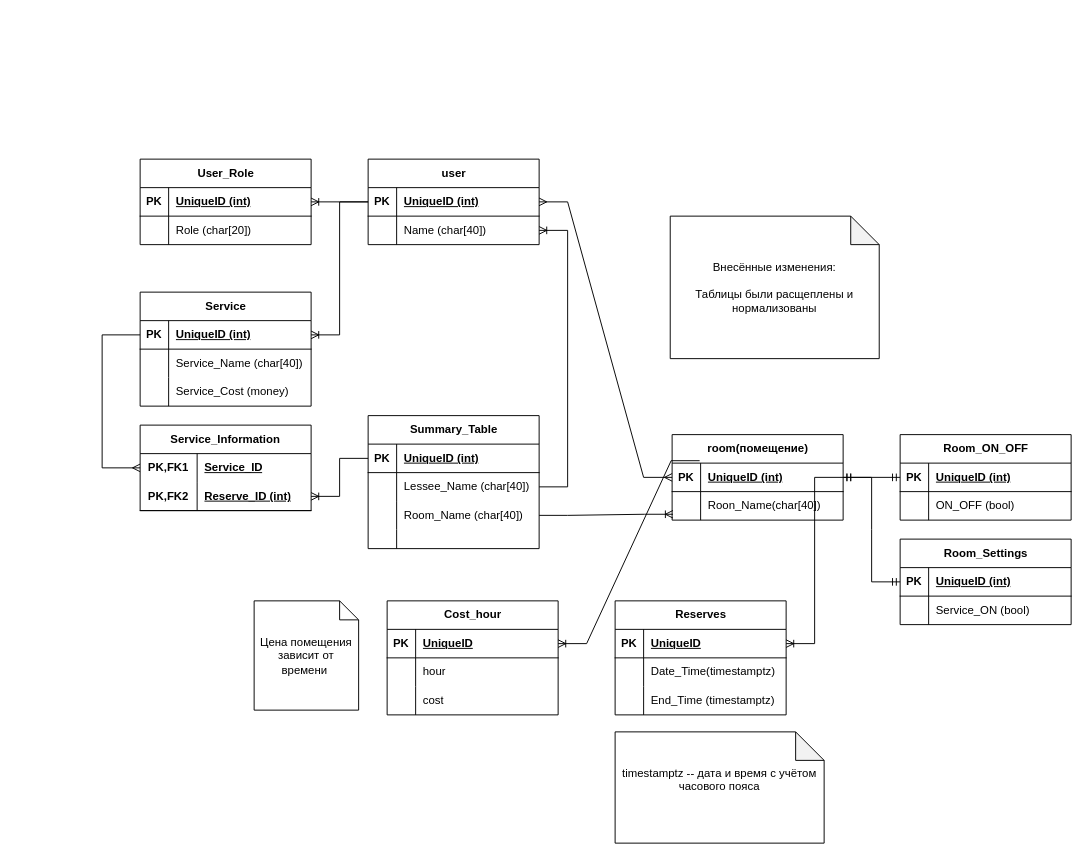
wsur/reserve_io keeps this draw.io diagram as Диаграмма без названия.drawio. Above is the earlier version. Source tidied: cells renumbered, new cells numbered last; positions are measured from the earlier drawing's top-left corner, leaving out a move shared by most shapes. Both pictures are drawn from the tidied source at 95%, with x=0, y=0 at pixel (102, 159).
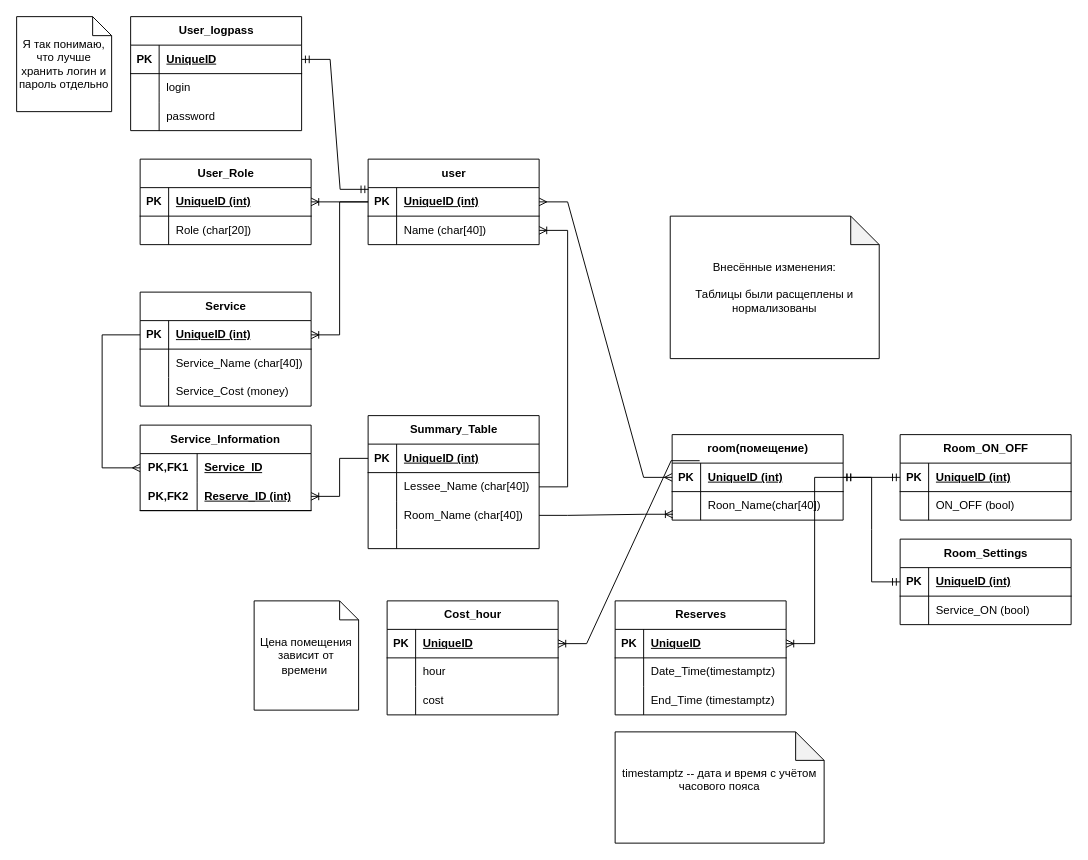
The same diagram, later.

The change refers to these unchanged cells:
```xml
<mxCell id="20" style="shape=tableRow;horizontal=0;startSize=0;swimlaneHead=0;swimlaneBody=0;fillColor=none;points=[[0,0.5],[1,0.5]];portConstraint=eastwest;top=0;left=0;right=0;bottom=1;" parent="19" vertex="1">
  <mxGeometry y="30" width="180" height="30" as="geometry" />
</mxCell>
```

The edit, as a diff of the source:
```diff
@@
+    <mxCell id="115" value="User_logpass" style="shape=table;startSize=30;childLayout=tableLayout;rowLines=0;fontStyle=1;align=center;html=1;" parent="1" vertex="1">
+      <mxGeometry x="30" y="-150" width="180" height="120" as="geometry" />
+    </mxCell>
+    <mxCell id="116" style="shape=tableRow;horizontal=0;startSize=0;swimlaneHead=0;swimlaneBody=0;fillColor=none;points=[[0,0.5],[1,0.5]];portConstraint=eastwest;top=0;left=0;right=0;bottom=1;" parent="115" vertex="1">
+      <mxGeometry y="30" width="180" height="30" as="geometry" />
+    </mxCell>
+    <mxCell id="117" value="PK" style="shape=partialRectangle;fillColor=none;top=0;left=0;bottom=0;right=0;fontStyle=1;overflow=hidden;whiteSpace=wrap;html=1;" parent="116" vertex="1">
+      <mxGeometry width="30" height="30" as="geometry" />
+    </mxCell>
+    <mxCell id="118" value="UniqueID" style="shape=partialRectangle;fillColor=none;top=0;left=0;bottom=0;right=0;align=left;spacingLeft=6;fontStyle=5;overflow=hidden;whiteSpace=wrap;html=1;" parent="116" vertex="1">
+      <mxGeometry x="30" width="150" height="30" as="geometry" />
+    </mxCell>
+    <mxCell id="119" style="shape=tableRow;horizontal=0;startSize=0;swimlaneHead=0;swimlaneBody=0;fillColor=none;top=0;left=0;right=0;bottom=0;" parent="115" vertex="1">
+      <mxGeometry y="60" width="180" height="30" as="geometry" />
+    </mxCell>
+    <mxCell id="120" style="shape=partialRectangle;fillColor=none;top=0;left=0;bottom=0;right=0;overflow=hidden;whiteSpace=wrap;html=1;" parent="119" vertex="1">
+      <mxGeometry width="30" height="30" as="geometry" />
+    </mxCell>
+    <mxCell id="121" value="login" style="shape=partialRectangle;fillColor=none;top=0;left=0;bottom=0;right=0;align=left;spacingLeft=6;overflow=hidden;whiteSpace=wrap;html=1;" parent="119" vertex="1">
+      <mxGeometry x="30" width="150" height="30" as="geometry" />
+    </mxCell>
+    <mxCell id="122" style="shape=tableRow;horizontal=0;startSize=0;swimlaneHead=0;swimlaneBody=0;fillColor=none;top=0;left=0;right=0;bottom=0;" parent="115" vertex="1">
+      <mxGeometry y="90" width="180" height="30" as="geometry" />
+    </mxCell>
+    <mxCell id="123" style="shape=partialRectangle;fillColor=none;top=0;left=0;bottom=0;right=0;overflow=hidden;whiteSpace=wrap;html=1;" parent="122" vertex="1">
+      <mxGeometry width="30" height="30" as="geometry" />
+    </mxCell>
+    <mxCell id="124" value="password" style="shape=partialRectangle;fillColor=none;top=0;left=0;bottom=0;right=0;align=left;spacingLeft=6;overflow=hidden;whiteSpace=wrap;html=1;" parent="122" vertex="1">
+      <mxGeometry x="30" width="150" height="30" as="geometry" />
+    </mxCell>
+    <mxCell id="125" value="Я так понимаю, что лучше хранить логин и пароль отдельно" style="shape=note;size=20;whiteSpace=wrap;html=1;" parent="1" vertex="1">
+      <mxGeometry x="-90" y="-150" width="100" height="100" as="geometry" />
+    </mxCell>
+    <mxCell id="126" style="edgeStyle=entityRelationEdgeStyle;fontSize=12;html=1;endArrow=ERmandOne;startArrow=ERmandOne;rounded=0;entryX=1;entryY=0.5;entryDx=0;entryDy=0;exitX=0.003;exitY=0.06;exitDx=0;exitDy=0;exitPerimeter=0;" parent="1" edge="1" source="20" target="116">
+      <mxGeometry relative="1" as="geometry" />
+    </mxCell>
```
